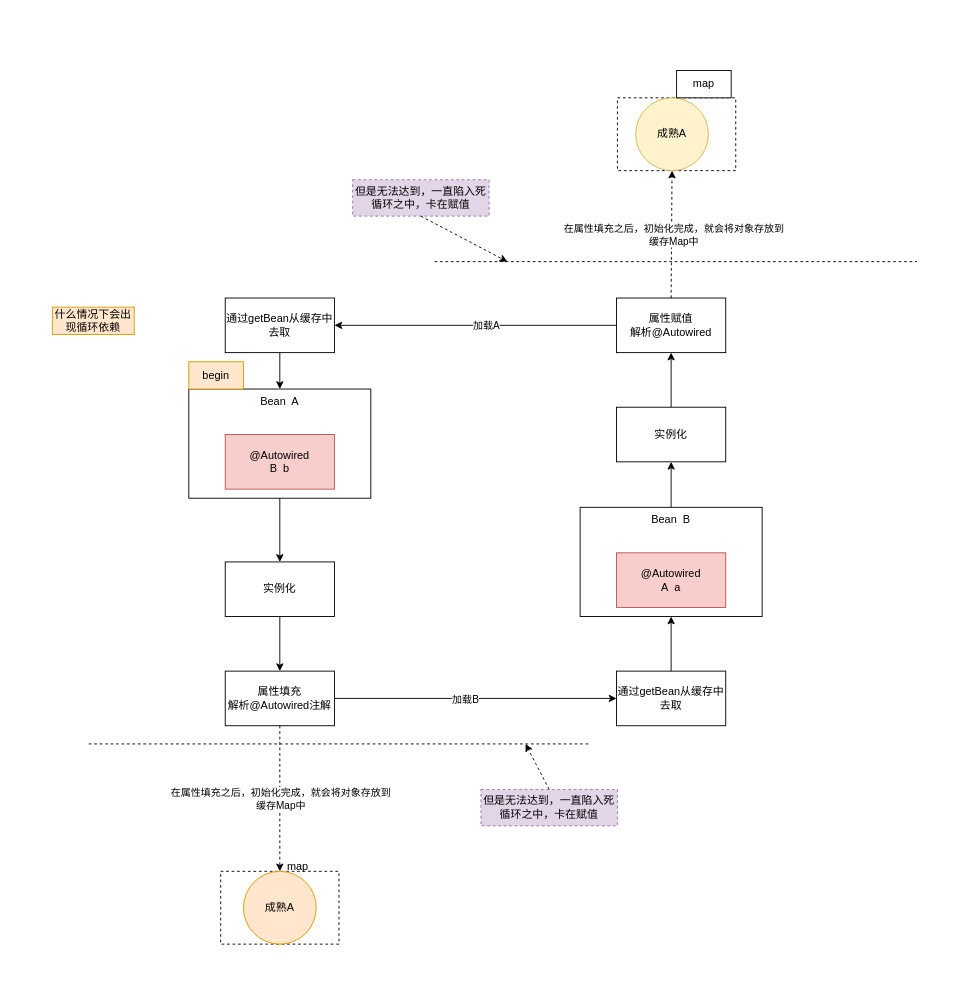
Before: 循环依赖.drawio in qudehu/draw, a draw.io diagram. Source tidied: cells renumbered, new cells numbered last; positions are measured from the earlier drawing's top-left corner, leaving out a move shared by most shapes. Both pictures are drawn from the tidied source at 91%, with x=0, y=0 at pixel (52, 70).
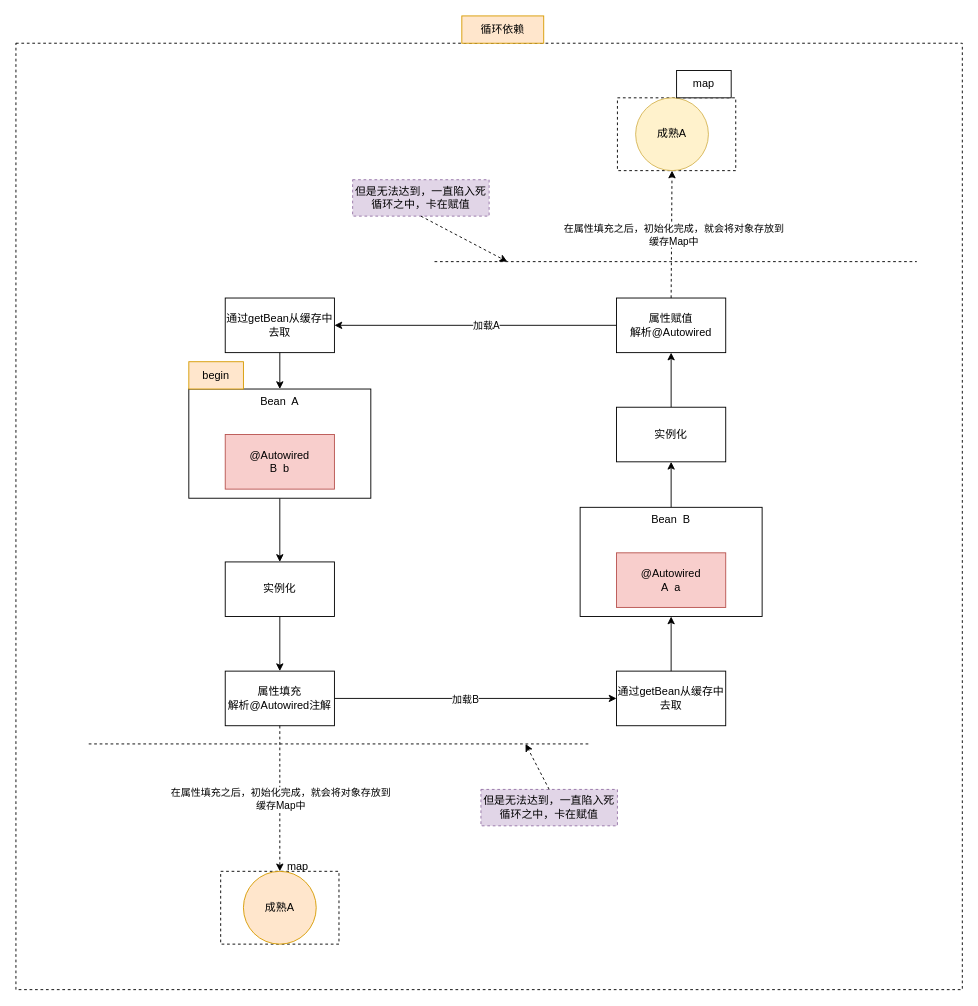
The same diagram, later.

Commit message (it also covers changes not shown here):
更新循环依赖.drawio

What changed in the source:
```diff
@@
+    <mxCell id="40" style="rounded=0;whiteSpace=wrap;html=1;dashed=1;labelBackgroundColor=none;fontColor=default;strokeColor=default;fillColor=default;verticalAlign=middle;" parent="1" vertex="1">
+      <mxGeometry x="-40" y="-30" width="1040" height="1040" as="geometry" />
+    </mxCell>
-    <mxCell id="2" value="什么情况下会出现循环依赖" style="text;html=1;strokeColor=#d79b00;fillColor=#ffe6cc;align=center;verticalAlign=middle;whiteSpace=wrap;rounded=0;fontColor=default;" parent="1" vertex="1">
-      <mxGeometry y="260" width="90" height="30" as="geometry" />
+    <mxCell id="2" value="循环依赖" style="text;html=1;strokeColor=#d79b00;fillColor=#ffe6cc;align=center;verticalAlign=middle;whiteSpace=wrap;rounded=0;fontColor=default;" parent="1" vertex="1">
+      <mxGeometry x="450" y="-60" width="90" height="30" as="geometry" />
     </mxCell>
```
